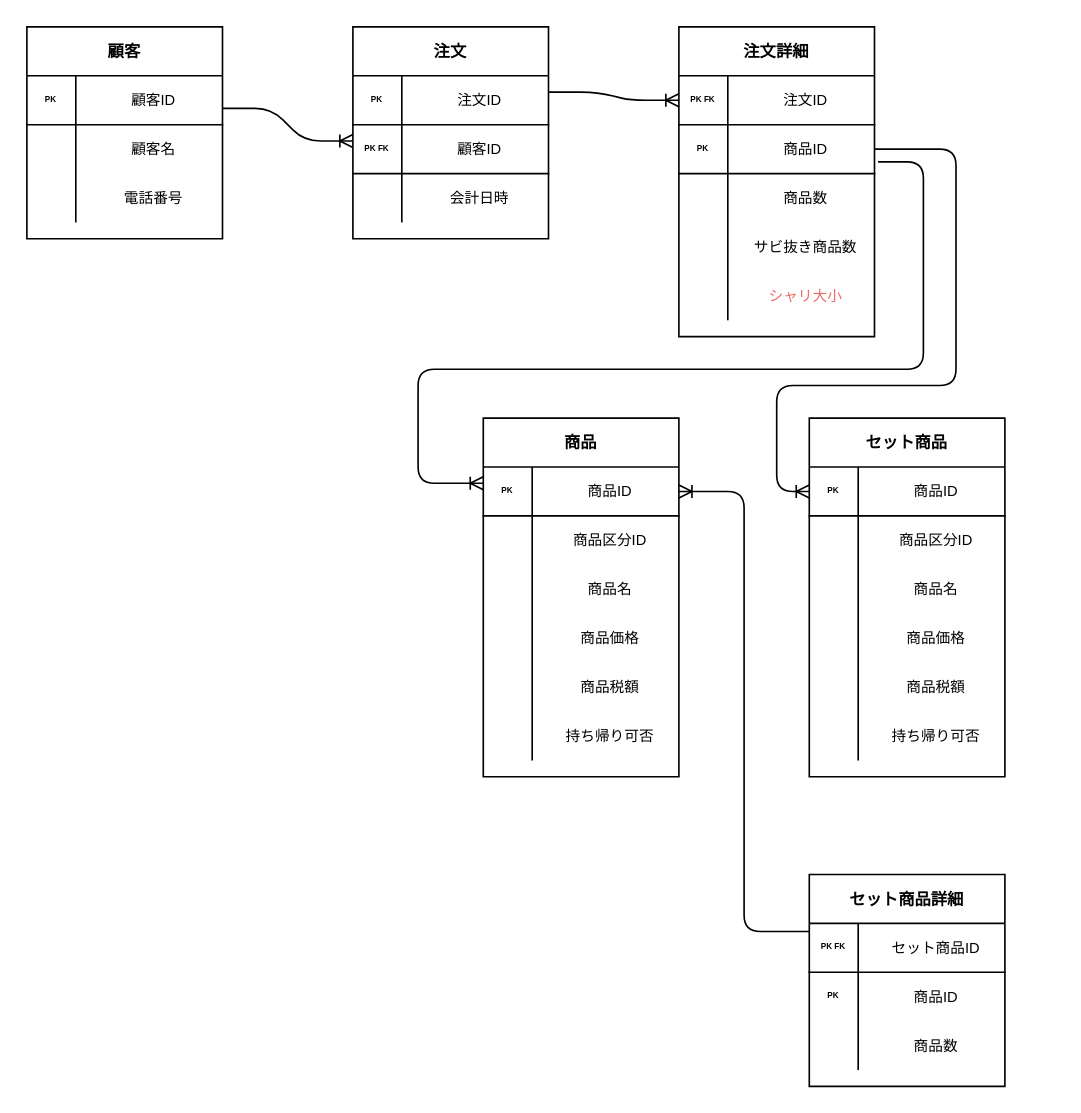
The draw.io diagram page "課題2" (2 of 3) of DBモデリング1/課題1-3.drawio in yasakanimaimai/praha_challenge, before the edit. Source tidied: cells renumbered, new cells numbered last; positions are measured from the earlier drawing's top-left corner, leaving out a move shared by most shapes. Both pictures are drawn from the tidied source at 163%, with x=0, y=0 at pixel (26, 26).
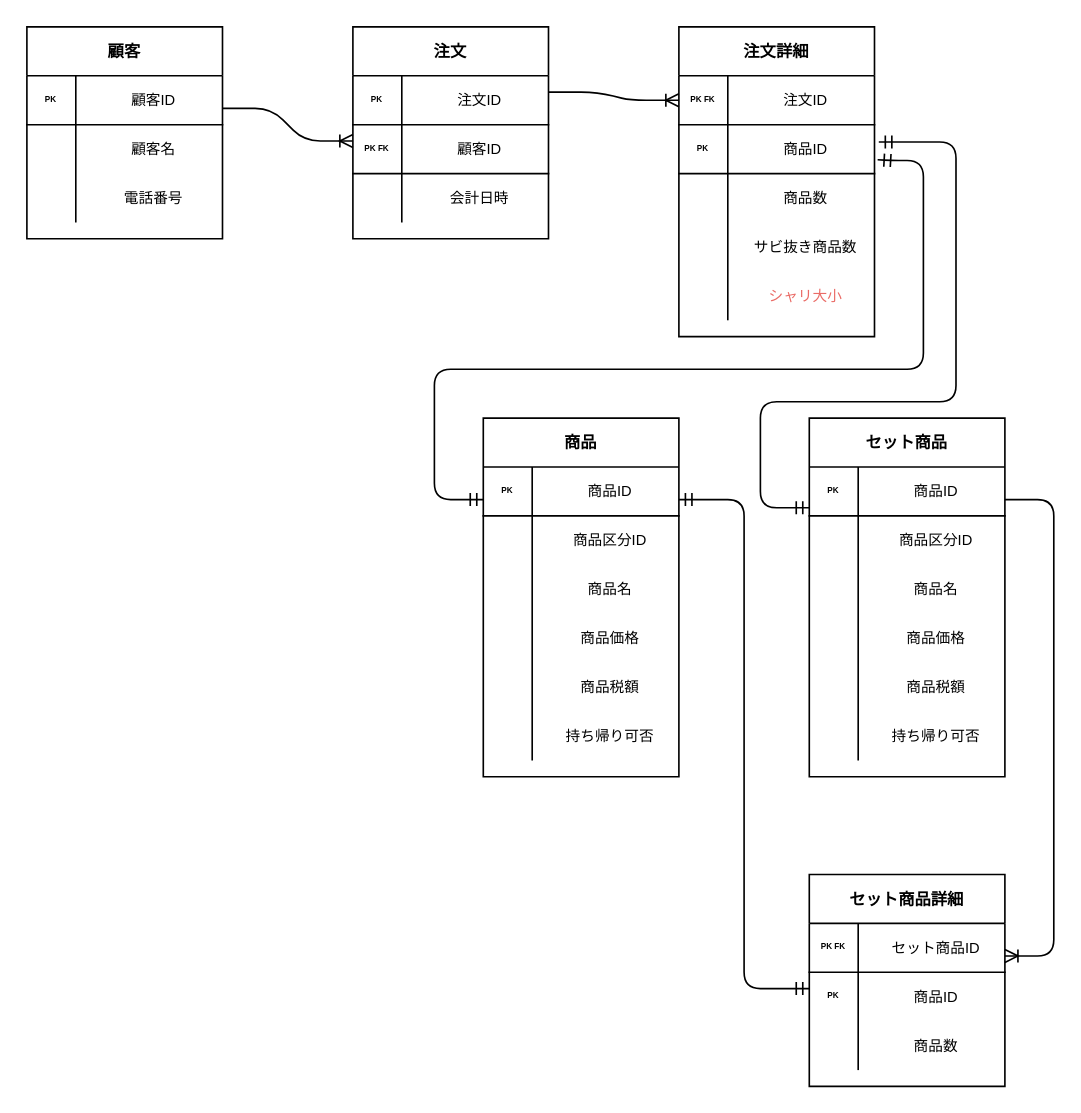
Above is the later version.

The change refers to these unchanged cells:
```xml
<mxCell id="26" style="shape=tableRow;horizontal=0;startSize=0;swimlaneHead=0;swimlaneBody=0;fillColor=none;points=[[0,0.5],[1,0.5]];portConstraint=eastwest;top=0;left=0;right=0;bottom=1;rounded=0;shadow=0;fontSize=5;strokeWidth=1;align=center;" parent="22" vertex="1">
  <mxGeometry y="60" width="120" height="30" as="geometry" />
</mxCell>
<mxCell id="39" style="shape=tableRow;horizontal=0;startSize=0;swimlaneHead=0;swimlaneBody=0;fillColor=none;points=[[0,0.5],[1,0.5]];portConstraint=eastwest;top=0;left=0;right=0;bottom=1;rounded=0;shadow=0;fontSize=5;strokeWidth=1;align=center;" parent="38" vertex="1">
  <mxGeometry y="30" width="120" height="30" as="geometry" />
</mxCell>
<mxCell id="58" style="shape=tableRow;horizontal=0;startSize=0;swimlaneHead=0;swimlaneBody=0;fillColor=none;points=[[0,0.5],[1,0.5]];portConstraint=eastwest;top=0;left=0;right=0;bottom=1;rounded=0;shadow=0;fontSize=5;strokeWidth=1;align=center;" parent="57" vertex="1">
  <mxGeometry y="30" width="120" height="30" as="geometry" />
</mxCell>
<mxCell id="76" style="shape=tableRow;horizontal=0;startSize=0;swimlaneHead=0;swimlaneBody=0;fillColor=none;points=[[0,0.5],[1,0.5]];portConstraint=eastwest;top=0;left=0;right=0;bottom=0;rounded=0;shadow=0;fontSize=5;strokeWidth=1;" parent="1" vertex="1">
  <mxGeometry x="480" y="540" width="120" height="30" as="geometry" />
</mxCell>
```

What changed in the source:
```diff
@@
-    <mxCell id="79" style="fontSize=12;html=1;endArrow=ERoneToMany;rounded=1;shadow=0;sketch=0;fontColor=default;strokeColor=default;edgeStyle=orthogonalEdgeStyle;entryX=0;entryY=0.333;entryDx=0;entryDy=0;entryPerimeter=0;exitX=1.018;exitY=0.76;exitDx=0;exitDy=0;exitPerimeter=0;" parent="1" edge="1" source="26" target="39">
-      <mxGeometry relative="1" as="geometry">
-        <Array as="points">
-          <mxPoint x="550" y="83" />
-          <mxPoint x="550" y="210" />
-          <mxPoint x="240" y="210" />
-          <mxPoint x="240" y="280" />
-        </Array>
-      </mxGeometry>
-    </mxCell>
-    <mxCell id="80" style="edgeStyle=orthogonalEdgeStyle;fontSize=12;html=1;endArrow=ERoneToMany;rounded=1;shadow=0;sketch=0;fontColor=default;strokeColor=default;entryX=0;entryY=0.5;entryDx=0;entryDy=0;exitX=1;exitY=0.5;exitDx=0;exitDy=0;" parent="1" edge="1" source="26" target="58">
-      <mxGeometry relative="1" as="geometry">
-        <Array as="points">
-          <mxPoint x="570" y="75" />
-          <mxPoint x="570" y="220" />
-          <mxPoint x="460" y="220" />
-          <mxPoint x="460" y="285" />
-        </Array>
-      </mxGeometry>
-    </mxCell>
-    <mxCell id="81" style="edgeStyle=orthogonalEdgeStyle;fontSize=12;html=1;endArrow=ERoneToMany;rounded=1;shadow=0;sketch=0;fontColor=default;strokeColor=default;exitX=0;exitY=0.5;exitDx=0;exitDy=0;entryX=1;entryY=0.5;entryDx=0;entryDy=0;" parent="1" edge="1" source="76" target="39">
-      <mxGeometry relative="1" as="geometry" />
-    </mxCell>
@@
+    <mxCell id="92" style="edgeStyle=orthogonalEdgeStyle;fontSize=12;html=1;endArrow=ERoneToMany;rounded=1;shadow=0;sketch=0;fontColor=default;strokeColor=default;exitX=1;exitY=0.5;exitDx=0;exitDy=0;entryX=1;entryY=0.5;entryDx=0;entryDy=0;" parent="1" edge="1">
+      <mxGeometry relative="1" as="geometry">
+        <mxPoint x="600" y="290" as="sourcePoint" />
+        <mxPoint x="600" y="570" as="targetPoint" />
+        <Array as="points">
+          <mxPoint x="630" y="290" />
+          <mxPoint x="630" y="570" />
+        </Array>
+      </mxGeometry>
+    </mxCell>
+    <mxCell id="93" style="edgeStyle=orthogonalEdgeStyle;fontSize=12;html=1;endArrow=ERmandOne;startArrow=ERmandOne;rounded=1;shadow=0;sketch=0;fontColor=#EA6B66;strokeColor=default;entryX=1.016;entryY=0.718;entryDx=0;entryDy=0;entryPerimeter=0;" parent="1" edge="1" target="26">
+      <mxGeometry relative="1" as="geometry">
+        <mxPoint x="280" y="290" as="sourcePoint" />
+        <Array as="points">
+          <mxPoint x="250" y="290" />
+          <mxPoint x="250" y="210" />
+          <mxPoint x="550" y="210" />
+          <mxPoint x="550" y="82" />
+          <mxPoint x="530" y="82" />
+        </Array>
+      </mxGeometry>
+    </mxCell>
+    <mxCell id="94" style="edgeStyle=orthogonalEdgeStyle;fontSize=12;html=1;endArrow=ERmandOne;startArrow=ERmandOne;rounded=1;shadow=0;sketch=0;fontColor=#EA6B66;strokeColor=default;entryX=1.022;entryY=0.353;entryDx=0;entryDy=0;entryPerimeter=0;" parent="1" edge="1" target="26">
+      <mxGeometry relative="1" as="geometry">
+        <mxPoint x="480" y="295" as="sourcePoint" />
+        <Array as="points">
+          <mxPoint x="450" y="295" />
+          <mxPoint x="450" y="230" />
+          <mxPoint x="570" y="230" />
+          <mxPoint x="570" y="71" />
+          <mxPoint x="523" y="71" />
+        </Array>
+      </mxGeometry>
+    </mxCell>
+    <mxCell id="95" style="edgeStyle=orthogonalEdgeStyle;fontSize=12;html=1;endArrow=ERmandOne;startArrow=ERmandOne;rounded=1;shadow=0;sketch=0;fontColor=#EA6B66;strokeColor=default;entryX=1;entryY=0.304;entryDx=0;entryDy=0;entryPerimeter=0;" parent="1" edge="1">
+      <mxGeometry relative="1" as="geometry">
+        <mxPoint x="480" y="590" as="sourcePoint" />
+        <mxPoint x="400" y="290" as="targetPoint" />
+        <Array as="points">
+          <mxPoint x="480" y="590" />
+          <mxPoint x="440" y="590" />
+          <mxPoint x="440" y="290" />
+        </Array>
+      </mxGeometry>
+    </mxCell>
```
